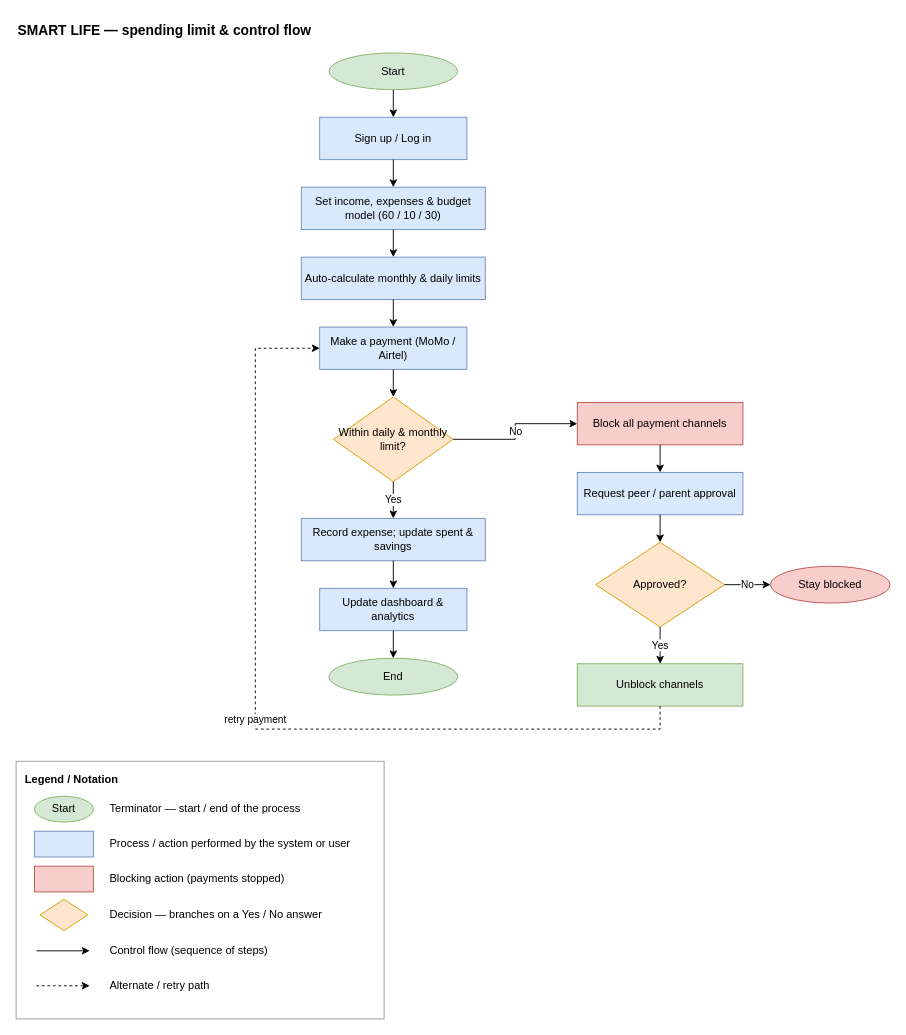
NTIVUNWA250/smart-life keeps this draw.io diagram as docs/diagrams/flowchart.drawio. Above is the earlier version. Source tidied: cells renumbered, new cells numbered last; positions are measured from the earlier drawing's top-left corner, leaving out a move shared by most shapes. Both pictures are drawn from the tidied source at 92%, with x=0, y=0 at pixel (16, 16).
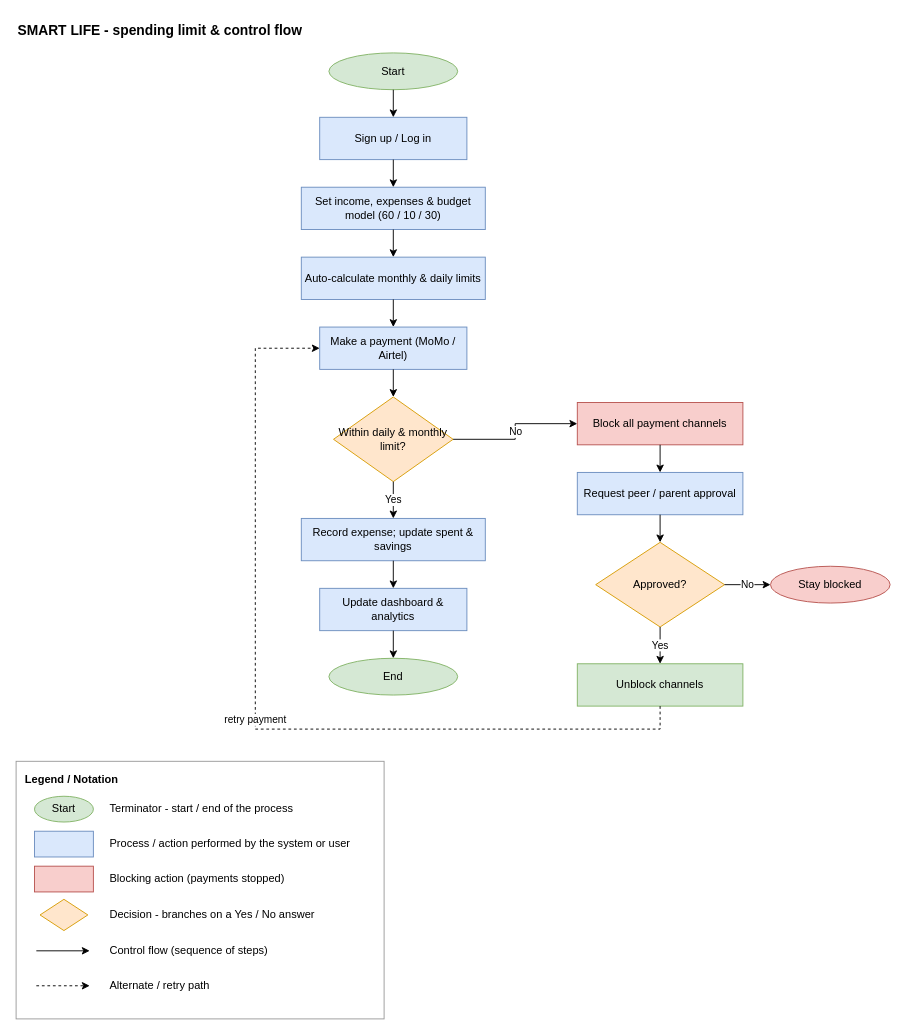
The same diagram, later.

Diff of the diagram source:
```diff
@@
-    <mxCell id="2" value="SMART LIFE — spending limit &amp; control flow" style="text;html=1;align=left;verticalAlign=middle;fontStyle=1;fontSize=15;" parent="1" vertex="1">
+    <mxCell id="2" value="SMART LIFE - spending limit &amp; control flow" style="text;html=1;align=left;verticalAlign=middle;fontStyle=1;fontSize=15;" parent="1" vertex="1">
       <mxGeometry width="460" height="30" as="geometry" />
     </mxCell>
@@
-    <mxCell id="33" value="Terminator — start / end of the process" style="text;html=1;align=left;verticalAlign=middle;" parent="1" vertex="1">
+    <mxCell id="33" value="Terminator - start / end of the process" style="text;html=1;align=left;verticalAlign=middle;" parent="1" vertex="1">
       <mxGeometry x="100" y="848" width="290" height="28" as="geometry" />
     </mxCell>
@@
-    <mxCell id="39" value="Decision — branches on a Yes / No answer" style="text;html=1;align=left;verticalAlign=middle;" parent="1" vertex="1">
+    <mxCell id="39" value="Decision - branches on a Yes / No answer" style="text;html=1;align=left;verticalAlign=middle;" parent="1" vertex="1">
       <mxGeometry x="100" y="963" width="290" height="28" as="geometry" />
     </mxCell>
```
